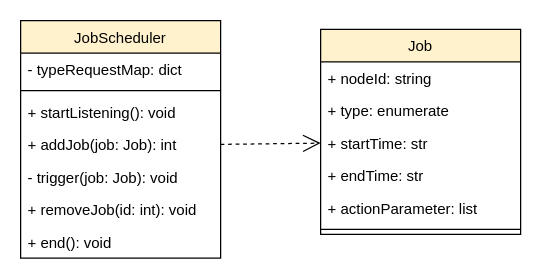
Above: page "类图_任务调度模块" (9 of 11) of 仿真功能模块UML类图.drawio in Icarus1994/neutron_conf (draw.io), before the change. Source tidied: cells renumbered, new cells numbered last; positions are measured from the earlier drawing's top-left corner, leaving out a move shared by most shapes. Both pictures are drawn from the tidied source at 125%, with x=0, y=0 at pixel (20, 20).
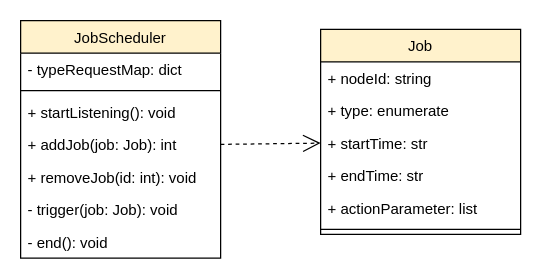
The same diagram, later.

The edit, as a diff of the source:
```diff
@@
 <mxGraphModel>
   <root>
     <mxCell id="0" />
     <mxCell id="1" parent="0" />
     <mxCell id="2" value="JobScheduler" style="swimlane;fontStyle=0;align=center;verticalAlign=top;horizontal=1;startSize=26;fillColor=#fff2cc;strokeColor=#000000;" parent="1" vertex="1">
       <mxGeometry width="160" height="190" as="geometry" />
     </mxCell>
     <mxCell id="3" value="- typeRequestMap: dict" style="text;strokeColor=none;fillColor=none;align=left;verticalAlign=top;spacingLeft=4;spacingRight=4;overflow=hidden;" parent="2" vertex="1">
       <mxGeometry y="26" width="160" height="26" as="geometry" />
     </mxCell>
     <mxCell id="4" style="line;strokeWidth=1;fillColor=none;align=left;verticalAlign=middle;spacingTop=-1;spacingLeft=3;spacingRight=3;labelPosition=right;" parent="2" vertex="1">
       <mxGeometry y="52" width="160" height="8" as="geometry" />
     </mxCell>
     <mxCell id="5" value="+ startListening(): void" style="text;strokeColor=none;fillColor=none;align=left;verticalAlign=top;spacingLeft=4;spacingRight=4;overflow=hidden;" parent="2" vertex="1">
       <mxGeometry y="60" width="160" height="26" as="geometry" />
     </mxCell>
     <mxCell id="6" value="+ addJob(job: Job): int" style="text;strokeColor=none;fillColor=none;align=left;verticalAlign=top;spacingLeft=4;spacingRight=4;overflow=hidden;points=[[0,0.5],[1,0.5]];portConstraint=eastwest;" parent="2" vertex="1">
       <mxGeometry y="86" width="160" height="26" as="geometry" />
     </mxCell>
+    <mxCell id="8" value="+ removeJob(id: int): void" style="text;strokeColor=none;fillColor=none;align=left;verticalAlign=top;spacingLeft=4;spacingRight=4;overflow=hidden;" parent="2" vertex="1">
+      <mxGeometry y="112" width="160" height="26" as="geometry" />
+    </mxCell>
     <mxCell id="7" value="- trigger(job: Job): void" style="text;strokeColor=none;fillColor=none;align=left;verticalAlign=top;spacingLeft=4;spacingRight=4;overflow=hidden;" parent="2" vertex="1">
-      <mxGeometry y="112" width="160" height="26" as="geometry" />
+      <mxGeometry y="138" width="160" height="26" as="geometry" />
     </mxCell>
-    <mxCell id="8" value="+ removeJob(id: int): void" style="text;strokeColor=none;fillColor=none;align=left;verticalAlign=top;spacingLeft=4;spacingRight=4;overflow=hidden;" parent="2" vertex="1">
-      <mxGeometry y="138" width="160" height="26" as="geometry" />
-    </mxCell>
-    <mxCell id="9" value="+ end(): void" style="text;strokeColor=none;fillColor=none;align=left;verticalAlign=top;spacingLeft=4;spacingRight=4;overflow=hidden;" parent="2" vertex="1">
+    <mxCell id="9" value="- end(): void" style="text;strokeColor=none;fillColor=none;align=left;verticalAlign=top;spacingLeft=4;spacingRight=4;overflow=hidden;" parent="2" vertex="1">
       <mxGeometry y="164" width="160" height="26" as="geometry" />
     </mxCell>
     <mxCell id="10" style="endArrow=open;endSize=12;dashed=1;html=1;exitX=1;exitY=0.5;exitDx=0;exitDy=0;entryX=0;entryY=0.5;entryDx=0;entryDy=0;" parent="1" edge="1" source="6" target="14">
       <mxGeometry relative="1" as="geometry" />
     </mxCell>
     <mxCell id="11" value="Job" style="swimlane;fontStyle=0;align=center;verticalAlign=top;horizontal=1;startSize=26;fillColor=#fff2cc;strokeColor=#000000;" parent="1" vertex="1">
       <mxGeometry x="240" y="7" width="160" height="164" as="geometry" />
     </mxCell>
     <mxCell id="12" value="+ nodeId: string" style="text;strokeColor=none;fillColor=none;align=left;verticalAlign=top;spacingLeft=4;spacingRight=4;overflow=hidden;" parent="11" vertex="1">
       <mxGeometry y="26" width="160" height="26" as="geometry" />
     </mxCell>
     <mxCell id="13" value="+ type: enumerate" style="text;strokeColor=none;fillColor=none;align=left;verticalAlign=top;spacingLeft=4;spacingRight=4;overflow=hidden;" parent="11" vertex="1">
       <mxGeometry y="52" width="160" height="26" as="geometry" />
     </mxCell>
     <mxCell id="14" value="+ startTime: str" style="text;strokeColor=none;fillColor=none;align=left;verticalAlign=top;spacingLeft=4;spacingRight=4;overflow=hidden;points=[[0,0.5],[1,0.5]];portConstraint=eastwest;" parent="11" vertex="1">
       <mxGeometry y="78" width="160" height="26" as="geometry" />
     </mxCell>
     <mxCell id="15" value="+ endTime: str" style="text;strokeColor=none;fillColor=none;align=left;verticalAlign=top;spacingLeft=4;spacingRight=4;overflow=hidden;" parent="11" vertex="1">
       <mxGeometry y="104" width="160" height="26" as="geometry" />
     </mxCell>
     <mxCell id="16" value="+ actionParameter: list" style="text;strokeColor=none;fillColor=none;align=left;verticalAlign=top;spacingLeft=4;spacingRight=4;overflow=hidden;" parent="11" vertex="1">
       <mxGeometry y="130" width="160" height="26" as="geometry" />
     </mxCell>
     <mxCell id="17" style="line;strokeWidth=1;fillColor=none;align=left;verticalAlign=middle;spacingTop=-1;spacingLeft=3;spacingRight=3;labelPosition=right;" parent="11" vertex="1">
       <mxGeometry y="156" width="160" height="8" as="geometry" />
     </mxCell>
   </root>
 </mxGraphModel>
```
